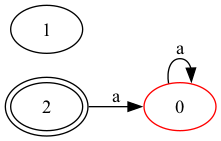
This is affichage.dot.png from userdigitaldevil/automata, a Graphviz export, as it was before one commit. Its source is kept beside it as affichage.dot.
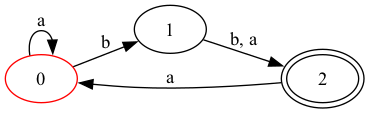
The same file after the commit.

Diff of the diagram source:
```diff
@@ -1,8 +1,10 @@
 digraph a {
  rankdir=LR
 0[ label ="0", color=red ];
+0 -> 1 [ label = "b" ];
 0 -> 0 [ label = "a" ];
 1[ label ="1",];
+1 -> 2 [ label = "b, a" ];
 2[ label ="2",peripheries=2 ];
 2 -> 0 [ label = "a" ];
 }
```
